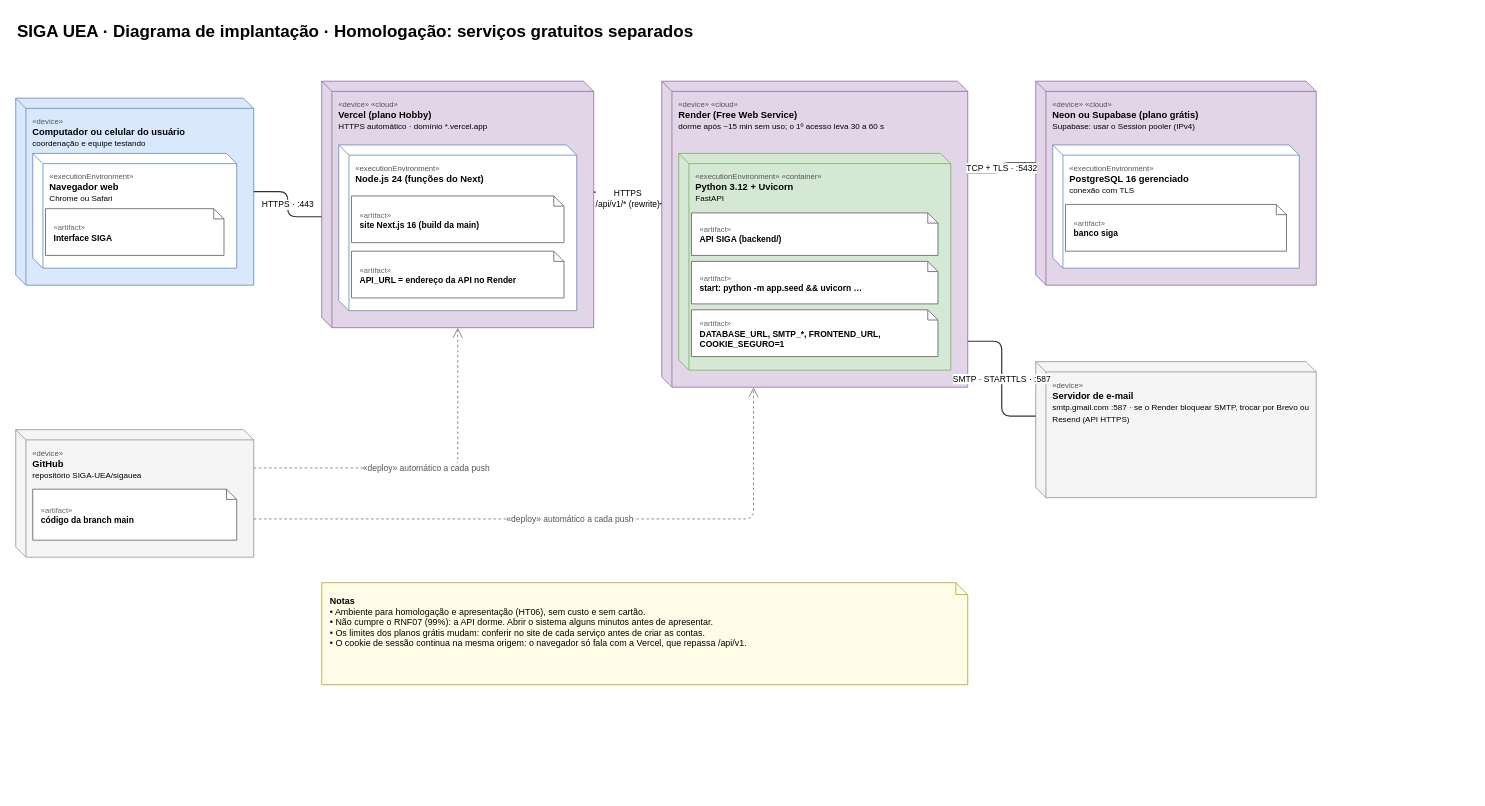
Earlier version of the draw.io diagram page "2 · Homologação (serviços gratuitos)" (2 of 3) of docs/modelagem/diagrama-implantacao-siga-uea.drawio (SIGA-UEA/sigauea). Source tidied: cells renumbered, new cells numbered last; positions are measured from the earlier drawing's top-left corner, leaving out a move shared by most shapes. Both pictures are drawn from the tidied source at 85%, with x=0, y=0 at pixel (15, 14).
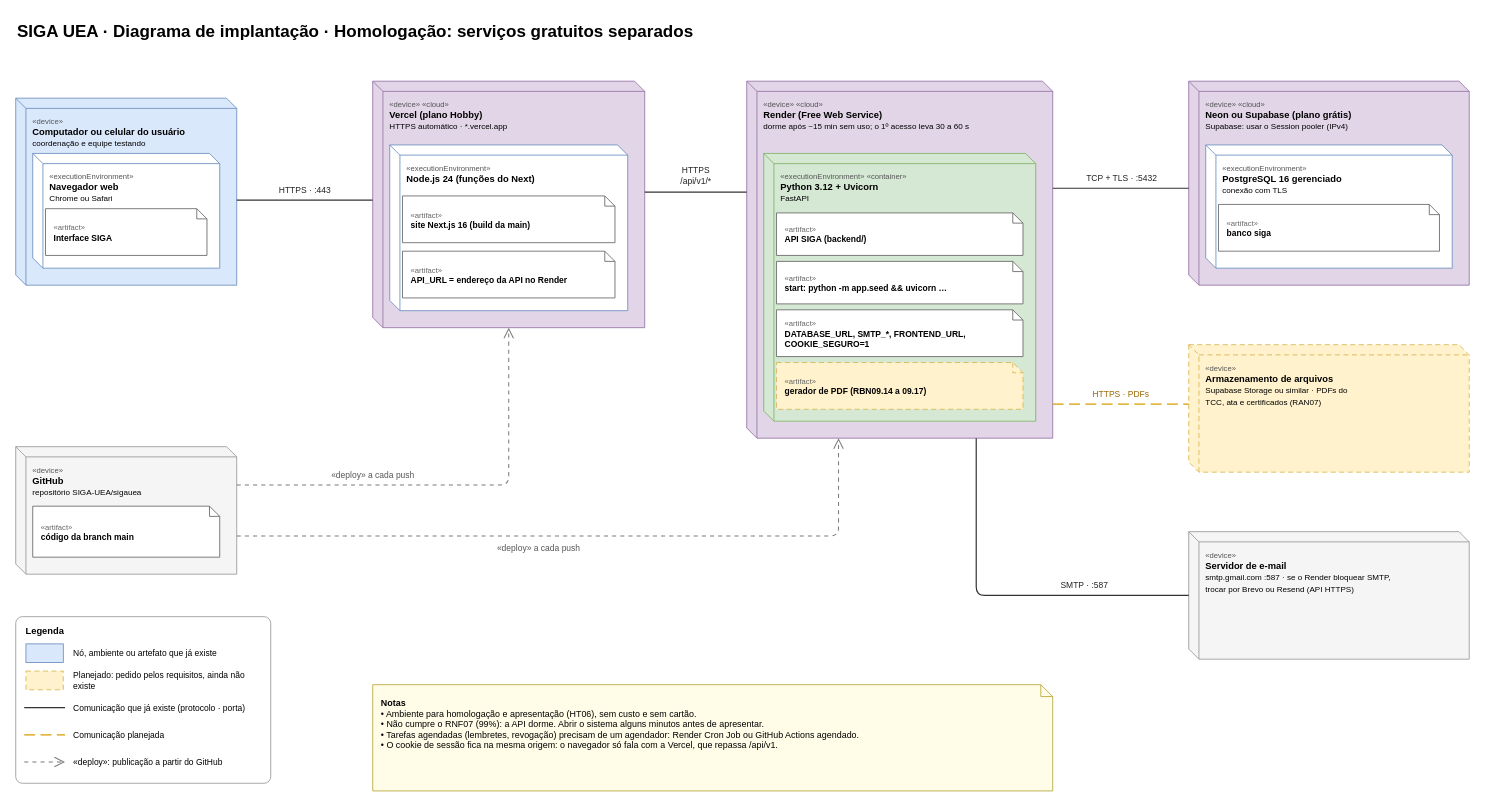
The same page after the edit.

Commit message (it also covers changes not shown here):
docs: diagrama de implantação com o sistema completo e legenda

- Planejado em amarelo/laranja tracejado: proxy HTTPS, armazenamento dos
  PDFs (RAN07), gerador de PDF, worker agendador (RBN09.06, RBN01.11,
  RBN01.12), backup (RNF03), monitoramento (RNF07) e agenda pública (RAN14)
- Legenda desenhada em cada página com amostra de cada estilo
- Texto das ligações ao lado da linha, conferido pelo gerador: nenhum texto
  encosta em linha ou caixa e nenhuma linha atravessa caixa

What changed in the source:
```diff
@@
     <mxCell id="3" value="&lt;font color=&quot;#555555&quot; style=&quot;font-size:9px&quot;&gt;«device»&lt;/font&gt;&lt;br&gt;&lt;b&gt;Computador ou celular do usuário&lt;/b&gt;&lt;br&gt;&lt;font style=&quot;font-size:9.5px&quot;&gt;coordenação e equipe testando&lt;/font&gt;" style="shape=cube;size=12;whiteSpace=wrap;html=1;verticalAlign=top;align=left;spacingLeft=18;spacingTop=14;spacingRight=8;fontSize=11;fillColor=#dae8fc;strokeColor=#6c8ebf;" parent="1" vertex="1">
-      <mxGeometry y="98" width="280" height="220" as="geometry" />
+      <mxGeometry y="98" width="260" height="220" as="geometry" />
     </mxCell>
     <mxCell id="4" value="&lt;font color=&quot;#555555&quot; style=&quot;font-size:9px&quot;&gt;«executionEnvironment»&lt;/font&gt;&lt;br&gt;&lt;b&gt;Navegador web&lt;/b&gt;&lt;br&gt;&lt;font style=&quot;font-size:9.5px&quot;&gt;Chrome ou Safari&lt;/font&gt;" style="shape=cube;size=12;whiteSpace=wrap;html=1;verticalAlign=top;align=left;spacingLeft=18;spacingTop=14;spacingRight=8;fontSize=11;fillColor=#ffffff;strokeColor=#6c8ebf;" parent="3" vertex="1">
-      <mxGeometry x="20" y="65" width="240" height="135" as="geometry" />
+      <mxGeometry x="20" y="65" width="220" height="135" as="geometry" />
     </mxCell>
     <mxCell id="5" value="&lt;font color=&quot;#666666&quot; style=&quot;font-size:9px&quot;&gt;«artifact»&lt;/font&gt;&lt;br&gt;&lt;b&gt;Interface SIGA&lt;/b&gt;" style="shape=note;size=12;whiteSpace=wrap;html=1;align=left;verticalAlign=middle;spacingLeft=8;spacingRight=10;fontSize=10;fillColor=#ffffff;strokeColor=#666666;" parent="4" vertex="1">
-      <mxGeometry x="15" y="65" width="210" height="55" as="geometry" />
+      <mxGeometry x="15" y="65" width="190" height="55" as="geometry" />
     </mxCell>
     <mxCell id="6" value="&lt;font color=&quot;#555555&quot; style=&quot;font-size:9px&quot;&gt;«device»&lt;/font&gt;&lt;br&gt;&lt;b&gt;GitHub&lt;/b&gt;&lt;br&gt;&lt;font style=&quot;font-size:9.5px&quot;&gt;repositório SIGA-UEA/sigauea&lt;/font&gt;" style="shape=cube;size=12;whiteSpace=wrap;html=1;verticalAlign=top;align=left;spacingLeft=18;spacingTop=14;spacingRight=8;fontSize=11;fillColor=#f5f5f5;strokeColor=#999999;" parent="1" vertex="1">
-      <mxGeometry y="488" width="280" height="150" as="geometry" />
+      <mxGeometry y="508" width="260" height="150" as="geometry" />
     </mxCell>
     <mxCell id="7" value="&lt;font color=&quot;#666666&quot; style=&quot;font-size:9px&quot;&gt;«artifact»&lt;/font&gt;&lt;br&gt;&lt;b&gt;código da branch main&lt;/b&gt;" style="shape=note;size=12;whiteSpace=wrap;html=1;align=left;verticalAlign=middle;spacingLeft=8;spacingRight=10;fontSize=10;fillColor=#ffffff;strokeColor=#666666;" parent="6" vertex="1">
-      <mxGeometry x="20" y="70" width="240" height="60" as="geometry" />
+      <mxGeometry x="20" y="70" width="220" height="60" as="geometry" />
     </mxCell>
-    <mxCell id="8" value="&lt;font color=&quot;#555555&quot; style=&quot;font-size:9px&quot;&gt;«device» «cloud»&lt;/font&gt;&lt;br&gt;&lt;b&gt;Vercel (plano Hobby)&lt;/b&gt;&lt;br&gt;&lt;font style=&quot;font-size:9.5px&quot;&gt;HTTPS automático · domínio *.vercel.app&lt;/font&gt;" style="shape=cube;size=12;whiteSpace=wrap;html=1;verticalAlign=top;align=left;spacingLeft=18;spacingTop=14;spacingRight=8;fontSize=11;fillColor=#e1d5e7;strokeColor=#9673a6;" parent="1" vertex="1">
-      <mxGeometry x="360" y="78" width="320" height="290" as="geometry" />
+    <mxCell id="8" value="&lt;font color=&quot;#555555&quot; style=&quot;font-size:9px&quot;&gt;«device» «cloud»&lt;/font&gt;&lt;br&gt;&lt;b&gt;Vercel (plano Hobby)&lt;/b&gt;&lt;br&gt;&lt;font style=&quot;font-size:9.5px&quot;&gt;HTTPS automático · *.vercel.app&lt;/font&gt;" style="shape=cube;size=12;whiteSpace=wrap;html=1;verticalAlign=top;align=left;spacingLeft=18;spacingTop=14;spacingRight=8;fontSize=11;fillColor=#e1d5e7;strokeColor=#9673a6;" parent="1" vertex="1">
+      <mxGeometry x="420" y="78" width="320" height="290" as="geometry" />
     </mxCell>
@@
     <mxCell id="12" value="&lt;font color=&quot;#555555&quot; style=&quot;font-size:9px&quot;&gt;«device» «cloud»&lt;/font&gt;&lt;br&gt;&lt;b&gt;Render (Free Web Service)&lt;/b&gt;&lt;br&gt;&lt;font style=&quot;font-size:9.5px&quot;&gt;dorme após ~15 min sem uso; o 1º acesso leva 30 a 60 s&lt;/font&gt;" style="shape=cube;size=12;whiteSpace=wrap;html=1;verticalAlign=top;align=left;spacingLeft=18;spacingTop=14;spacingRight=8;fontSize=11;fillColor=#e1d5e7;strokeColor=#9673a6;" parent="1" vertex="1">
-      <mxGeometry x="760" y="78" width="360" height="360" as="geometry" />
+      <mxGeometry x="860" y="78" width="360" height="420" as="geometry" />
     </mxCell>
     <mxCell id="13" value="&lt;font color=&quot;#555555&quot; style=&quot;font-size:9px&quot;&gt;«executionEnvironment» «container»&lt;/font&gt;&lt;br&gt;&lt;b&gt;Python 3.12 + Uvicorn&lt;/b&gt;&lt;br&gt;&lt;font style=&quot;font-size:9.5px&quot;&gt;FastAPI&lt;/font&gt;" style="shape=cube;size=12;whiteSpace=wrap;html=1;verticalAlign=top;align=left;spacingLeft=18;spacingTop=14;spacingRight=8;fontSize=11;fillColor=#d5e8d4;strokeColor=#82b366;" parent="12" vertex="1">
-      <mxGeometry x="20" y="85" width="320" height="255" as="geometry" />
+      <mxGeometry x="20" y="85" width="320" height="315" as="geometry" />
     </mxCell>
@@
+    <mxCell id="28" value="&lt;font color=&quot;#666666&quot; style=&quot;font-size:9px&quot;&gt;«artifact»&lt;/font&gt;&lt;br&gt;&lt;b&gt;gerador de PDF (RBN09.14 a 09.17)&lt;/b&gt;" style="shape=note;size=12;whiteSpace=wrap;html=1;align=left;verticalAlign=middle;spacingLeft=8;spacingRight=10;fontSize=10;fillColor=#fff2cc;strokeColor=#d6b656;dashed=1;dashPattern=6 4;" parent="13" vertex="1">
+      <mxGeometry x="15" y="246" width="290" height="55" as="geometry" />
+    </mxCell>
     <mxCell id="17" value="&lt;font color=&quot;#555555&quot; style=&quot;font-size:9px&quot;&gt;«device» «cloud»&lt;/font&gt;&lt;br&gt;&lt;b&gt;Neon ou Supabase (plano grátis)&lt;/b&gt;&lt;br&gt;&lt;font style=&quot;font-size:9.5px&quot;&gt;Supabase: usar o Session pooler (IPv4)&lt;/font&gt;" style="shape=cube;size=12;whiteSpace=wrap;html=1;verticalAlign=top;align=left;spacingLeft=18;spacingTop=14;spacingRight=8;fontSize=11;fillColor=#e1d5e7;strokeColor=#9673a6;" parent="1" vertex="1">
-      <mxGeometry x="1200" y="78" width="330" height="240" as="geometry" />
+      <mxGeometry x="1380" y="78" width="330" height="240" as="geometry" />
     </mxCell>
@@
+    <mxCell id="29" value="&lt;font color=&quot;#555555&quot; style=&quot;font-size:9px&quot;&gt;«device»&lt;/font&gt;&lt;br&gt;&lt;b&gt;Armazenamento de arquivos&lt;/b&gt;&lt;br&gt;&lt;font style=&quot;font-size:9.5px&quot;&gt;Supabase Storage ou similar · PDFs do&lt;br&gt;TCC, ata e certificados (RAN07)&lt;/font&gt;" style="shape=cube;size=12;whiteSpace=wrap;html=1;verticalAlign=top;align=left;spacingLeft=18;spacingTop=14;spacingRight=8;fontSize=11;fillColor=#fff2cc;strokeColor=#d6b656;dashed=1;dashPattern=6 4;" parent="1" vertex="1">
+      <mxGeometry x="1380" y="388" width="330" height="150" as="geometry" />
+    </mxCell>
-    <mxCell id="20" value="&lt;font color=&quot;#555555&quot; style=&quot;font-size:9px&quot;&gt;«device»&lt;/font&gt;&lt;br&gt;&lt;b&gt;Servidor de e-mail&lt;/b&gt;&lt;br&gt;&lt;font style=&quot;font-size:9.5px&quot;&gt;smtp.gmail.com :587 · se o Render bloquear SMTP, trocar por Brevo ou Resend (API HTTPS)&lt;/font&gt;" style="shape=cube;size=12;whiteSpace=wrap;html=1;verticalAlign=top;align=left;spacingLeft=18;spacingTop=14;spacingRight=8;fontSize=11;fillColor=#f5f5f5;strokeColor=#999999;" parent="1" vertex="1">
-      <mxGeometry x="1200" y="408" width="330" height="160" as="geometry" />
+    <mxCell id="20" value="&lt;font color=&quot;#555555&quot; style=&quot;font-size:9px&quot;&gt;«device»&lt;/font&gt;&lt;br&gt;&lt;b&gt;Servidor de e-mail&lt;/b&gt;&lt;br&gt;&lt;font style=&quot;font-size:9.5px&quot;&gt;smtp.gmail.com :587 · se o Render bloquear SMTP,&lt;br&gt;trocar por Brevo ou Resend (API HTTPS)&lt;/font&gt;" style="shape=cube;size=12;whiteSpace=wrap;html=1;verticalAlign=top;align=left;spacingLeft=18;spacingTop=14;spacingRight=8;fontSize=11;fillColor=#f5f5f5;strokeColor=#999999;" parent="1" vertex="1">
+      <mxGeometry x="1380" y="608" width="330" height="150" as="geometry" />
     </mxCell>
-    <mxCell id="21" value="&lt;b&gt;Notas&lt;/b&gt;&lt;br&gt;• Ambiente para homologação e apresentação (HT06), sem custo e sem cartão.&lt;br&gt;• Não cumpre o RNF07 (99%): a API dorme. Abrir o sistema alguns minutos antes de apresentar.&lt;br&gt;• Os limites dos planos grátis mudam: conferir no site de cada serviço antes de criar as contas.&lt;br&gt;• O cookie de sessão continua na mesma origem: o navegador só fala com a Vercel, que repassa /api/v1." style="shape=note;size=14;whiteSpace=wrap;html=1;align=left;verticalAlign=top;spacing=10;fontSize=10.5;fillColor=#fffde7;strokeColor=#b7a63a;" parent="1" vertex="1">
-      <mxGeometry x="360" y="668" width="760" height="120" as="geometry" />
+    <mxCell id="21" value="&lt;b&gt;Notas&lt;/b&gt;&lt;br&gt;• Ambiente para homologação e apresentação (HT06), sem custo e sem cartão.&lt;br&gt;• Não cumpre o RNF07 (99%): a API dorme. Abrir o sistema alguns minutos antes de apresentar.&lt;br&gt;• Tarefas agendadas (lembretes, revogação) precisam de um agendador: Render Cron Job ou GitHub Actions agendado.&lt;br&gt;• O cookie de sessão fica na mesma origem: o navegador só fala com a Vercel, que repassa /api/v1." style="shape=note;size=14;whiteSpace=wrap;html=1;align=left;verticalAlign=top;spacing=10;fontSize=10.5;fillColor=#fffde7;strokeColor=#b7a63a;" parent="1" vertex="1">
+      <mxGeometry x="420" y="788" width="800" height="125" as="geometry" />
     </mxCell>
-    <mxCell id="22" value="HTTPS · :443" style="edgeStyle=none;rounded=1;html=1;fontSize=10;labelBackgroundColor=#ffffff;exitX=1;exitY=0.5;exitDx=0;exitDy=0;entryX=0;entryY=0.55;entryDx=0;entryDy=0;endArrow=none;strokeColor=#333333;strokeWidth=1.4;" parent="1" edge="1" source="3" target="8">
-      <mxGeometry relative="1" as="geometry">
-        <Array as="points">
-          <mxPoint x="320" y="208" />
-          <mxPoint x="320" y="237.5" />
-        </Array>
-      </mxGeometry>
+    <mxCell id="22" style="edgeStyle=none;rounded=1;html=1;exitX=1.0000;exitY=0.5455;exitDx=0;exitDy=0;exitPerimeter=0;entryX=0.0000;entryY=0.4828;entryDx=0;entryDy=0;entryPerimeter=0;endArrow=none;strokeColor=#333333;strokeWidth=1.4;" parent="1" edge="1" source="3" target="8">
+      <mxGeometry relative="1" as="geometry" />
     </mxCell>
+    <mxCell id="30" value="HTTPS · :443" style="edgeLabel;html=1;align=center;verticalAlign=middle;fontSize=10;fontColor=#222222;labelBackgroundColor=none;" parent="22" vertex="1">
+      <mxGeometry relative="1" as="geometry">
+        <mxPoint y="-13" as="offset" />
+      </mxGeometry>
+    </mxCell>
-    <mxCell id="23" value="HTTPS&lt;br&gt;/api/v1/* (rewrite)" style="edgeStyle=none;rounded=1;html=1;fontSize=10;labelBackgroundColor=#ffffff;exitX=1;exitY=0.45;exitDx=0;exitDy=0;entryX=0;entryY=0.4;entryDx=0;entryDy=0;endArrow=none;strokeColor=#333333;strokeWidth=1.4;" parent="1" edge="1" source="8" target="12">
-      <mxGeometry relative="1" as="geometry">
-        <Array as="points">
-          <mxPoint x="720" y="208.5" />
-          <mxPoint x="720" y="222" />
-        </Array>
-      </mxGeometry>
+    <mxCell id="23" style="edgeStyle=none;rounded=1;html=1;exitX=1.0000;exitY=0.4500;exitDx=0;exitDy=0;exitPerimeter=0;entryX=0.0000;entryY=0.3107;entryDx=0;entryDy=0;entryPerimeter=0;endArrow=none;strokeColor=#333333;strokeWidth=1.4;" parent="1" edge="1" source="8" target="12">
+      <mxGeometry relative="1" as="geometry" />
     </mxCell>
+    <mxCell id="31" value="HTTPS&lt;br&gt;/api/v1/*" style="edgeLabel;html=1;align=center;verticalAlign=middle;fontSize=10;fontColor=#222222;labelBackgroundColor=none;" parent="23" vertex="1">
+      <mxGeometry relative="1" as="geometry">
+        <mxPoint y="-20" as="offset" />
+      </mxGeometry>
+    </mxCell>
-    <mxCell id="24" value="TCP + TLS · :5432" style="edgeStyle=none;rounded=1;html=1;fontSize=10;labelBackgroundColor=#ffffff;exitX=1;exitY=0.3;exitDx=0;exitDy=0;entryX=0;entryY=0.4;entryDx=0;entryDy=0;endArrow=none;strokeColor=#333333;strokeWidth=1.4;" parent="1" edge="1" source="12" target="17">
-      <mxGeometry relative="1" as="geometry">
-        <Array as="points">
-          <mxPoint x="1160" y="186" />
-          <mxPoint x="1160" y="174" />
-        </Array>
-      </mxGeometry>
+    <mxCell id="24" style="edgeStyle=none;rounded=1;html=1;exitX=1.0000;exitY=0.3000;exitDx=0;exitDy=0;exitPerimeter=0;entryX=0.0000;entryY=0.5250;entryDx=0;entryDy=0;entryPerimeter=0;endArrow=none;strokeColor=#333333;strokeWidth=1.4;" parent="1" edge="1" source="12" target="17">
+      <mxGeometry relative="1" as="geometry" />
     </mxCell>
+    <mxCell id="32" value="TCP + TLS · :5432" style="edgeLabel;html=1;align=center;verticalAlign=middle;fontSize=10;fontColor=#222222;labelBackgroundColor=none;" parent="24" vertex="1">
+      <mxGeometry relative="1" as="geometry">
+        <mxPoint y="-13" as="offset" />
+      </mxGeometry>
+    </mxCell>
-    <mxCell id="25" value="SMTP · STARTTLS · :587" style="edgeStyle=none;rounded=1;html=1;fontSize=10;labelBackgroundColor=#ffffff;exitX=1;exitY=0.85;exitDx=0;exitDy=0;entryX=0;entryY=0.4;entryDx=0;entryDy=0;endArrow=none;strokeColor=#333333;strokeWidth=1.4;" parent="1" edge="1" source="12" target="20">
-      <mxGeometry relative="1" as="geometry">
-        <Array as="points">
-          <mxPoint x="1160" y="384" />
-          <mxPoint x="1160" y="472" />
-        </Array>
-      </mxGeometry>
+    <mxCell id="25" style="edgeStyle=none;rounded=1;html=1;exitX=1.0000;exitY=0.9048;exitDx=0;exitDy=0;exitPerimeter=0;entryX=0.0000;entryY=0.4667;entryDx=0;entryDy=0;entryPerimeter=0;endArrow=none;strokeColor=#d79b00;strokeWidth=1.6;dashed=1;dashPattern=8 4;" parent="1" edge="1" source="12" target="29">
+      <mxGeometry relative="1" as="geometry" />
     </mxCell>
+    <mxCell id="33" value="HTTPS · PDFs" style="edgeLabel;html=1;align=center;verticalAlign=middle;fontSize=10;fontColor=#9a6700;labelBackgroundColor=none;" parent="25" vertex="1">
+      <mxGeometry relative="1" as="geometry">
+        <mxPoint y="-13" as="offset" />
+      </mxGeometry>
+    </mxCell>
-    <mxCell id="26" value="«deploy» automático a cada push" style="edgeStyle=none;rounded=1;html=1;fontSize=10;labelBackgroundColor=#ffffff;exitX=1;exitY=0.3;exitDx=0;exitDy=0;entryX=0.5;entryY=1;entryDx=0;entryDy=0;dashed=1;endArrow=open;endSize=10;strokeColor=#7a7a7a;fontColor=#555555;" parent="1" edge="1" source="6" target="8">
+    <mxCell id="26" style="edgeStyle=none;rounded=1;html=1;exitX=0.7500;exitY=1.0000;exitDx=0;exitDy=0;exitPerimeter=0;entryX=0.0000;entryY=0.5000;entryDx=0;entryDy=0;entryPerimeter=0;endArrow=none;strokeColor=#333333;strokeWidth=1.4;" parent="1" edge="1" source="12" target="20">
       <mxGeometry relative="1" as="geometry">
         <Array as="points">
-          <mxPoint x="520" y="533" />
+          <mxPoint x="1130" y="683" />
         </Array>
       </mxGeometry>
     </mxCell>
+    <mxCell id="34" value="SMTP · :587" style="edgeLabel;html=1;align=center;verticalAlign=middle;fontSize=10;fontColor=#222222;labelBackgroundColor=none;" parent="26" vertex="1">
+      <mxGeometry x="0.43" relative="1" as="geometry">
+        <mxPoint y="-13" as="offset" />
+      </mxGeometry>
+    </mxCell>
-    <mxCell id="27" value="«deploy» automático a cada push" style="edgeStyle=none;rounded=1;html=1;fontSize=10;labelBackgroundColor=#ffffff;exitX=1;exitY=0.7;exitDx=0;exitDy=0;entryX=0.3;entryY=1;entryDx=0;entryDy=0;dashed=1;endArrow=open;endSize=10;strokeColor=#7a7a7a;fontColor=#555555;" parent="1" edge="1" source="6" target="12">
+    <mxCell id="27" style="edgeStyle=none;rounded=1;html=1;exitX=1.0000;exitY=0.3000;exitDx=0;exitDy=0;exitPerimeter=0;entryX=0.5000;entryY=1.0000;entryDx=0;entryDy=0;entryPerimeter=0;endArrow=open;endSize=10;strokeColor=#7a7a7a;strokeWidth=1.2;dashed=1;dashPattern=4 4;" parent="1" edge="1" source="6" target="8">
       <mxGeometry relative="1" as="geometry">
         <Array as="points">
-          <mxPoint x="868" y="593" />
+          <mxPoint x="580" y="553" />
         </Array>
       </mxGeometry>
     </mxCell>
+    <mxCell id="35" value="«deploy» a cada push" style="edgeLabel;html=1;align=center;verticalAlign=middle;fontSize=10;fontColor=#555555;labelBackgroundColor=none;" parent="27" vertex="1">
+      <mxGeometry x="-0.37" relative="1" as="geometry">
+        <mxPoint y="-13" as="offset" />
+      </mxGeometry>
+    </mxCell>
+    <mxCell id="36" style="edgeStyle=none;rounded=1;html=1;exitX=1.0000;exitY=0.7000;exitDx=0;exitDy=0;exitPerimeter=0;entryX=0.3000;entryY=1.0000;entryDx=0;entryDy=0;entryPerimeter=0;endArrow=open;endSize=10;strokeColor=#7a7a7a;strokeWidth=1.2;dashed=1;dashPattern=4 4;" parent="1" edge="1" source="6" target="12">
+      <mxGeometry relative="1" as="geometry">
+        <Array as="points">
+          <mxPoint x="968" y="613" />
+        </Array>
+      </mxGeometry>
+    </mxCell>
+    <mxCell id="37" value="«deploy» a cada push" style="edgeLabel;html=1;align=center;verticalAlign=middle;fontSize=10;fontColor=#555555;labelBackgroundColor=none;" parent="36" vertex="1">
+      <mxGeometry x="-0.14" relative="1" as="geometry">
+        <mxPoint y="13" as="offset" />
+      </mxGeometry>
+    </mxCell>
+    <mxCell id="38" value="&lt;b&gt;Legenda&lt;/b&gt;" style="rounded=1;arcSize=4;whiteSpace=wrap;html=1;fillColor=#ffffff;strokeColor=#999999;verticalAlign=top;align=left;spacingLeft=10;spacingTop=4;fontSize=11;" parent="1" vertex="1">
+      <mxGeometry y="708" width="300" height="196" as="geometry" />
+    </mxCell>
+    <mxCell id="39" style="rounded=0;html=1;fillColor=#dae8fc;strokeColor=#6c8ebf;" parent="1" vertex="1">
+      <mxGeometry x="12" y="740" width="44" height="22" as="geometry" />
+    </mxCell>
+    <mxCell id="40" value="Nó, ambiente ou artefato que já existe" style="text;html=1;align=left;verticalAlign=middle;fontSize=10;whiteSpace=wrap;" parent="1" vertex="1">
+      <mxGeometry x="66" y="737" width="226" height="28" as="geometry" />
+    </mxCell>
+    <mxCell id="41" style="rounded=0;html=1;fillColor=#fff2cc;strokeColor=#d6b656;dashed=1;dashPattern=6 4;" parent="1" vertex="1">
+      <mxGeometry x="12" y="772" width="44" height="22" as="geometry" />
+    </mxCell>
+    <mxCell id="42" value="Planejado: pedido pelos requisitos, ainda não existe" style="text;html=1;align=left;verticalAlign=middle;fontSize=10;whiteSpace=wrap;" parent="1" vertex="1">
+      <mxGeometry x="66" y="769" width="226" height="28" as="geometry" />
+    </mxCell>
+    <mxCell id="43" style="html=1;endArrow=none;strokeColor=#333333;strokeWidth=1.4;" parent="1" edge="1">
+      <mxGeometry relative="1" as="geometry">
+        <mxPoint x="10" y="815" as="sourcePoint" />
+        <mxPoint x="58" y="815" as="targetPoint" />
+      </mxGeometry>
+    </mxCell>
+    <mxCell id="44" value="Comunicação que já existe (protocolo · porta)" style="text;html=1;align=left;verticalAlign=middle;fontSize=10;whiteSpace=wrap;" parent="1" vertex="1">
+      <mxGeometry x="66" y="801" width="226" height="28" as="geometry" />
+    </mxCell>
+    <mxCell id="45" style="html=1;endArrow=none;strokeColor=#d79b00;strokeWidth=1.6;dashed=1;dashPattern=8 4;" parent="1" edge="1">
+      <mxGeometry relative="1" as="geometry">
+        <mxPoint x="10" y="847" as="sourcePoint" />
+        <mxPoint x="58" y="847" as="targetPoint" />
+      </mxGeometry>
+    </mxCell>
+    <mxCell id="46" value="Comunicação planejada" style="text;html=1;align=left;verticalAlign=middle;fontSize=10;whiteSpace=wrap;" parent="1" vertex="1">
+      <mxGeometry x="66" y="833" width="226" height="28" as="geometry" />
+    </mxCell>
+    <mxCell id="47" style="html=1;endArrow=open;endSize=10;strokeColor=#7a7a7a;strokeWidth=1.2;dashed=1;dashPattern=4 4;" parent="1" edge="1">
+      <mxGeometry relative="1" as="geometry">
+        <mxPoint x="10" y="879" as="sourcePoint" />
+        <mxPoint x="58" y="879" as="targetPoint" />
+      </mxGeometry>
+    </mxCell>
+    <mxCell id="48" value="«deploy»: publicação a partir do GitHub" style="text;html=1;align=left;verticalAlign=middle;fontSize=10;whiteSpace=wrap;" parent="1" vertex="1">
+      <mxGeometry x="66" y="865" width="226" height="28" as="geometry" />
+    </mxCell>
```
